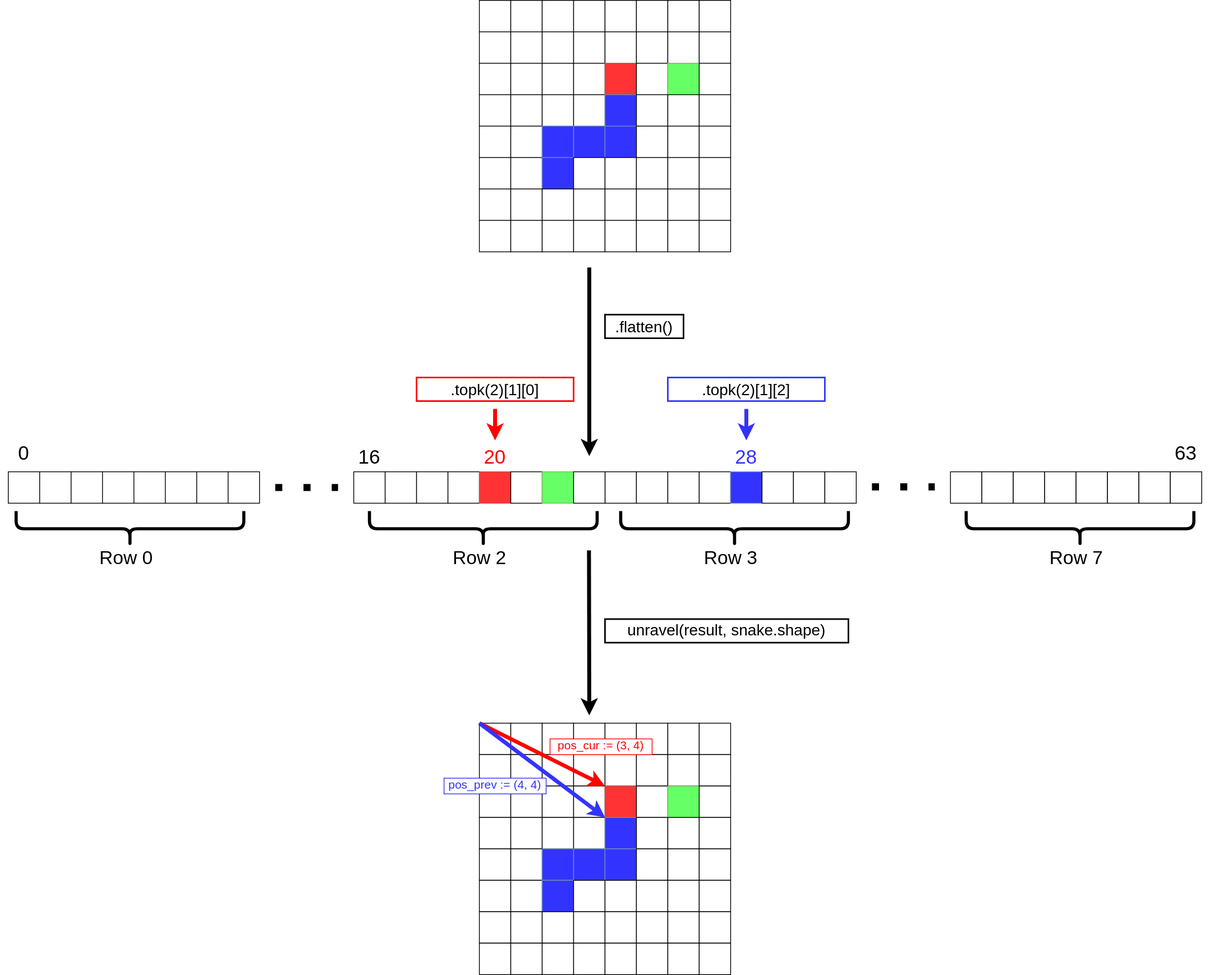
The draw.io diagram imgs/snake-get-pos.drawio.svg in eliasffyksen/MiniSnakes, before a commit. Source tidied: cells renumbered, new cells last; positions are measured from the earlier drawing's top-left corner, leaving out a move shared by most shapes.
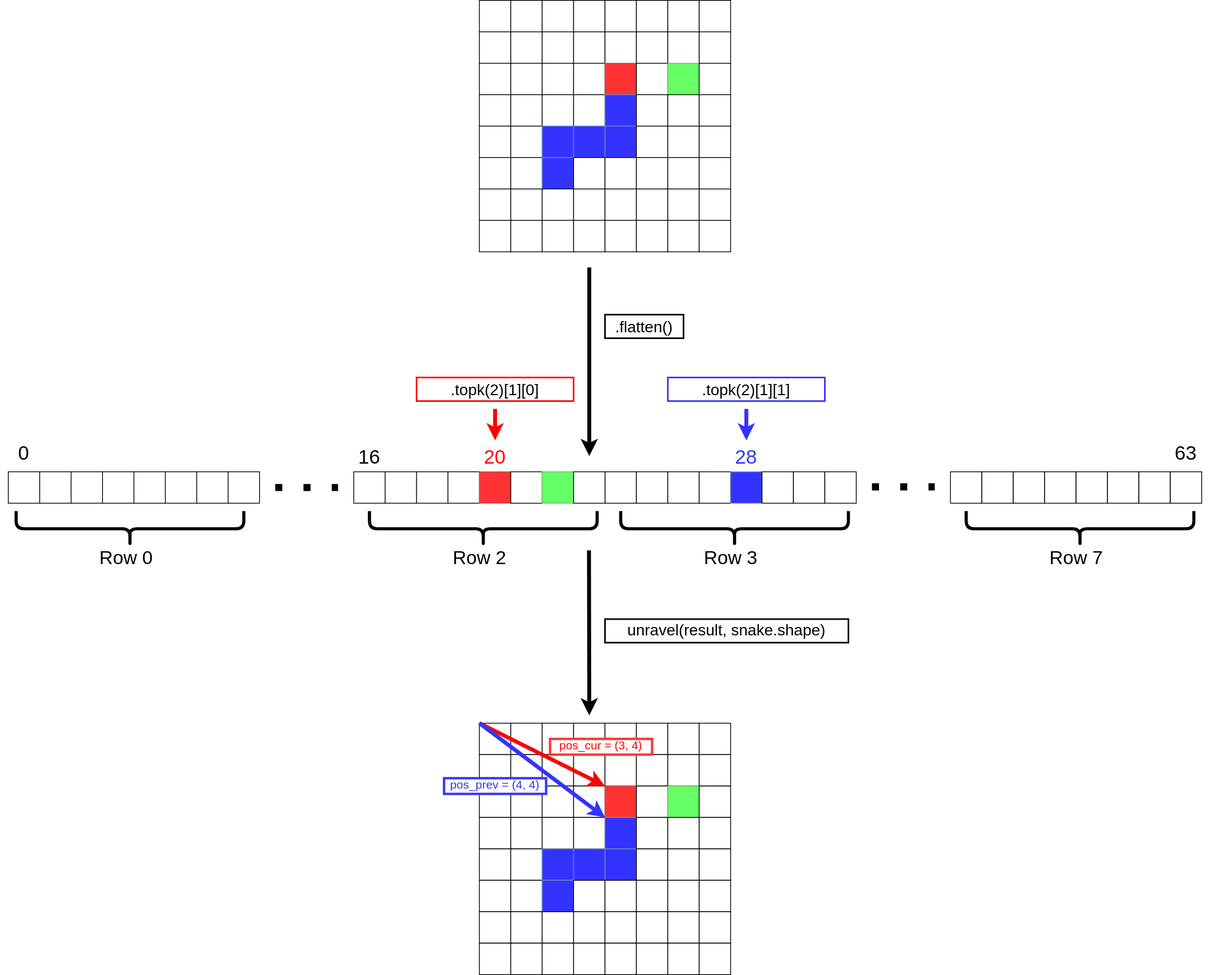
After the commit.

The edit, as a diff of the source:
```diff
@@ -553,7 +553,7 @@
     <mxCell id="179" value=".topk(2)[1][0]" style="rounded=0;whiteSpace=wrap;html=1;fontSize=20;strokeWidth=2;strokeColor=#FF0000;" parent="1" vertex="1">
       <mxGeometry x="530" y="480" width="200" height="30" as="geometry" />
     </mxCell>
-    <mxCell id="180" value=".topk(2)[1][2]" style="rounded=0;whiteSpace=wrap;html=1;fontSize=20;strokeWidth=2;strokeColor=#3333FF;" parent="1" vertex="1">
+    <mxCell id="180" value="&lt;div&gt;.topk(2)[1][1]&lt;/div&gt;" style="rounded=0;whiteSpace=wrap;html=1;fontSize=20;strokeWidth=2;strokeColor=#3333FF;" parent="1" vertex="1">
       <mxGeometry x="850" y="480" width="200" height="30" as="geometry" />
     </mxCell>
     <mxCell id="181" style="endArrow=classic;html=1;rounded=1;fontSize=22;strokeColor=#000000;strokeWidth=5;" parent="1" edge="1">
@@ -577,10 +577,10 @@
     <mxCell id="186" value="28" style="text;html=1;strokeColor=none;fillColor=none;align=center;verticalAlign=middle;whiteSpace=wrap;rounded=0;fontSize=25;fontColor=#3333FF;" parent="1" vertex="1">
       <mxGeometry x="920" y="560" width="60" height="40" as="geometry" />
     </mxCell>
-    <mxCell id="187" value="pos_cur := (3, 4)" style="rounded=0;whiteSpace=wrap;html=1;fontSize=15;strokeWidth=1;spacing=0;spacingBottom=5;strokeColor=#FF0000;fontColor=#FF0000;" parent="1" vertex="1">
+    <mxCell id="187" value="pos_cur = (3, 4)" style="rounded=0;whiteSpace=wrap;html=1;fontSize=15;strokeWidth=3;spacing=0;spacingBottom=5;strokeColor=#FF3333;fontColor=#FF0000;" parent="1" vertex="1">
       <mxGeometry x="700" y="940" width="130" height="20" as="geometry" />
     </mxCell>
-    <mxCell id="188" value="pos_prev := (4, 4)" style="rounded=0;whiteSpace=wrap;html=1;fontSize=15;strokeWidth=1;spacing=0;spacingBottom=5;strokeColor=#3333FF;fontColor=#3333FF;" parent="1" vertex="1">
+    <mxCell id="188" value="pos_prev = (4, 4)" style="rounded=0;whiteSpace=wrap;html=1;fontSize=15;strokeWidth=3;spacing=0;spacingBottom=5;strokeColor=#3333FF;fontColor=#3333FF;" parent="1" vertex="1">
       <mxGeometry x="565" y="990" width="130" height="20" as="geometry" />
     </mxCell>
   </root>
```
